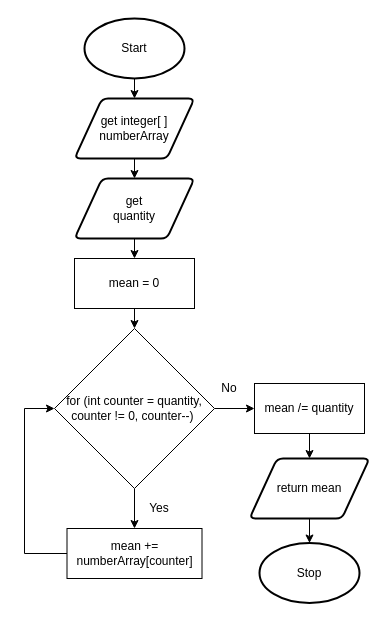
Earlier version of the draw.io diagram drawio/mean.drawio (Aidan-Lalonde-Novales/ics4u-unit1-06-typescript). Source tidied: cells renumbered, new cells numbered last; positions are measured from the earlier drawing's top-left corner, leaving out a move shared by most shapes. Both pictures are drawn from the tidied source at 100%, with x=0, y=0 at pixel (24, 18).
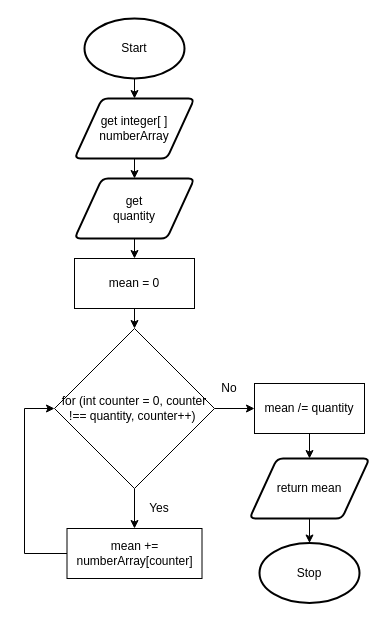
The same diagram, later.

Commit message (it also covers changes not shown here):
fixed up my mean function

Change to the diagram source:
```diff
@@
-    <mxCell id="17" value="for (int counter = quantity, counter != 0, counter--)&amp;nbsp;" style="rhombus;whiteSpace=wrap;html=1;" parent="1" vertex="1">
+    <mxCell id="17" value="for (int counter = 0, counter !== quantity, counter++)&amp;nbsp;" style="rhombus;whiteSpace=wrap;html=1;" parent="1" vertex="1">
       <mxGeometry x="30" y="310" width="160" height="160" as="geometry" />
     </mxCell>
```
